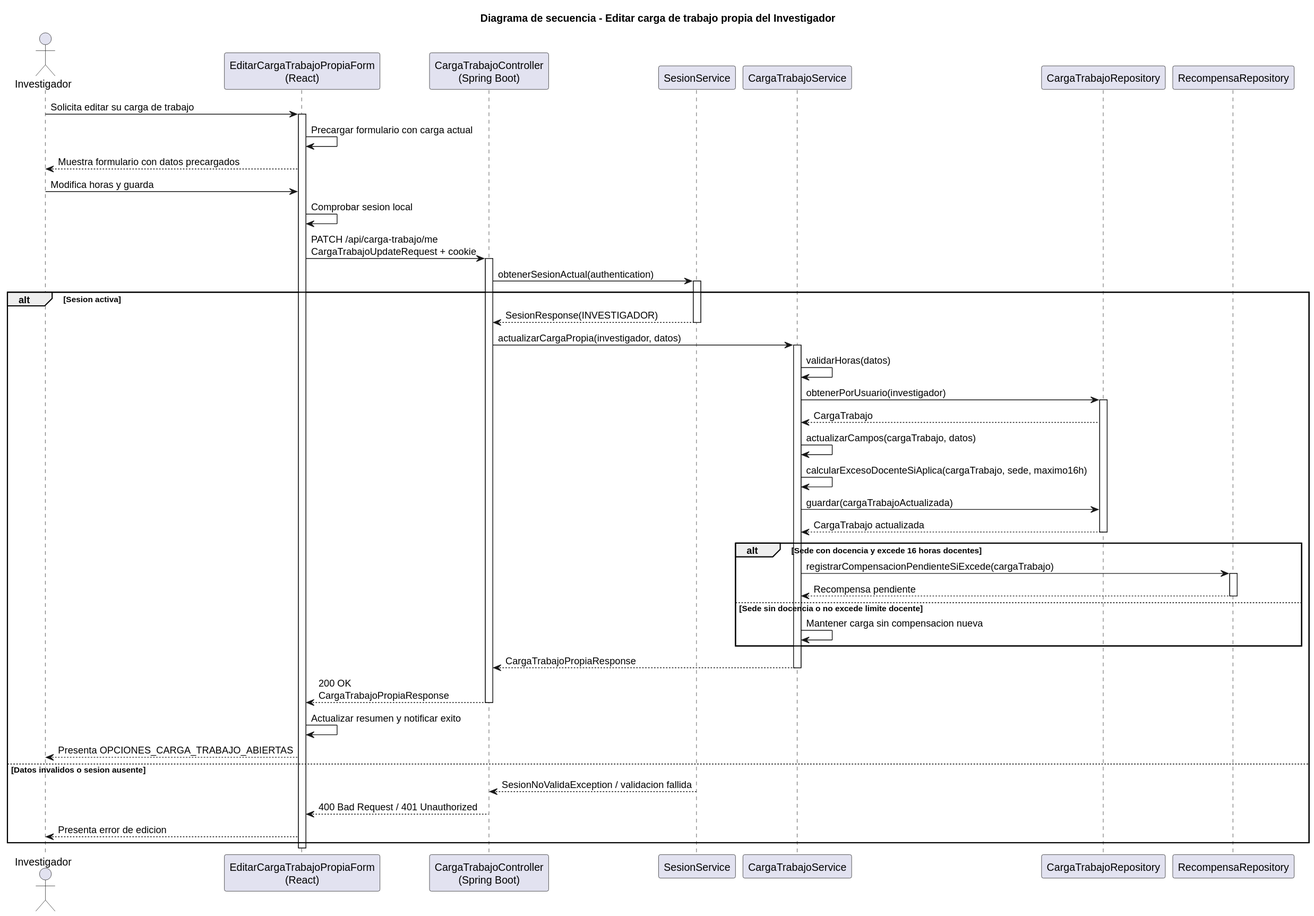
Before: images/RUP/02-diseño/casos-uso/investigador/editarCargaTrabajo/secuencia.svg, a diagram exported from PlantUML (beatriizorozco/25-26-idsw2-sdVC).
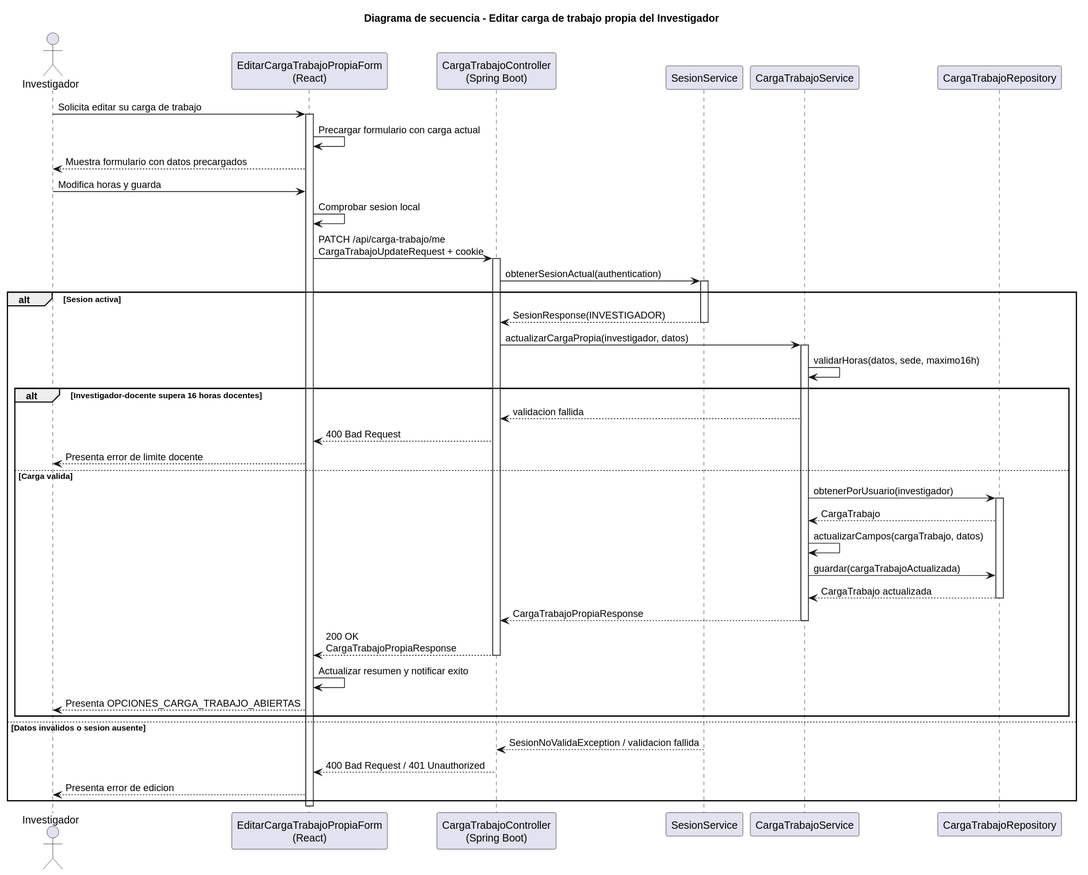
After the commit.

Diff of the diagram source:
```diff
@@ -7,7 +7,6 @@
 participant "SesionService" as Sesion
 participant "CargaTrabajoService" as Service
 participant "CargaTrabajoRepository" as CargaRepo
-participant "RecompensaRepository" as RecompensaRepo
 
 Investigador -> Frontend: Solicita editar su carga de trabajo
 activate Frontend
@@ -24,29 +23,26 @@
     deactivate Sesion
     Api -> Service: actualizarCargaPropia(investigador, datos)
     activate Service
-    Service -> Service: validarHoras(datos)
-    Service -> CargaRepo: obtenerPorUsuario(investigador)
-    activate CargaRepo
-    CargaRepo --> Service: CargaTrabajo
-    Service -> Service: actualizarCampos(cargaTrabajo, datos)
-    Service -> Service: calcularExcesoDocenteSiAplica(cargaTrabajo, sede, maximo16h)
-    Service -> CargaRepo: guardar(cargaTrabajoActualizada)
-    CargaRepo --> Service: CargaTrabajo actualizada
-    deactivate CargaRepo
-    alt Sede con docencia y excede 16 horas docentes
-        Service -> RecompensaRepo: registrarCompensacionPendienteSiExcede(cargaTrabajo)
-        activate RecompensaRepo
-        RecompensaRepo --> Service: Recompensa pendiente
-        deactivate RecompensaRepo
-    else Sede sin docencia o no excede limite docente
-        Service -> Service: Mantener carga sin compensacion nueva
+    Service -> Service: validarHoras(datos, sede, maximo16h)
+    alt Investigador-docente supera 16 horas docentes
+        Service --> Api: validacion fallida
+        Api --> Frontend: 400 Bad Request
+        Frontend --> Investigador: Presenta error de limite docente
+    else Carga valida
+        Service -> CargaRepo: obtenerPorUsuario(investigador)
+        activate CargaRepo
+        CargaRepo --> Service: CargaTrabajo
+        Service -> Service: actualizarCampos(cargaTrabajo, datos)
+        Service -> CargaRepo: guardar(cargaTrabajoActualizada)
+        CargaRepo --> Service: CargaTrabajo actualizada
+        deactivate CargaRepo
+        Service --> Api: CargaTrabajoPropiaResponse
+        deactivate Service
+        Api --> Frontend: 200 OK\nCargaTrabajoPropiaResponse
+        deactivate Api
+        Frontend -> Frontend: Actualizar resumen y notificar exito
+        Frontend --> Investigador: Presenta OPCIONES_CARGA_TRABAJO_ABIERTAS
     end
-    Service --> Api: CargaTrabajoPropiaResponse
-    deactivate Service
-    Api --> Frontend: 200 OK\nCargaTrabajoPropiaResponse
-    deactivate Api
-    Frontend -> Frontend: Actualizar resumen y notificar exito
-    Frontend --> Investigador: Presenta OPCIONES_CARGA_TRABAJO_ABIERTAS
 else Datos invalidos o sesion ausente
     Sesion --> Api: SesionNoValidaException / validacion fallida
     deactivate Sesion
```
